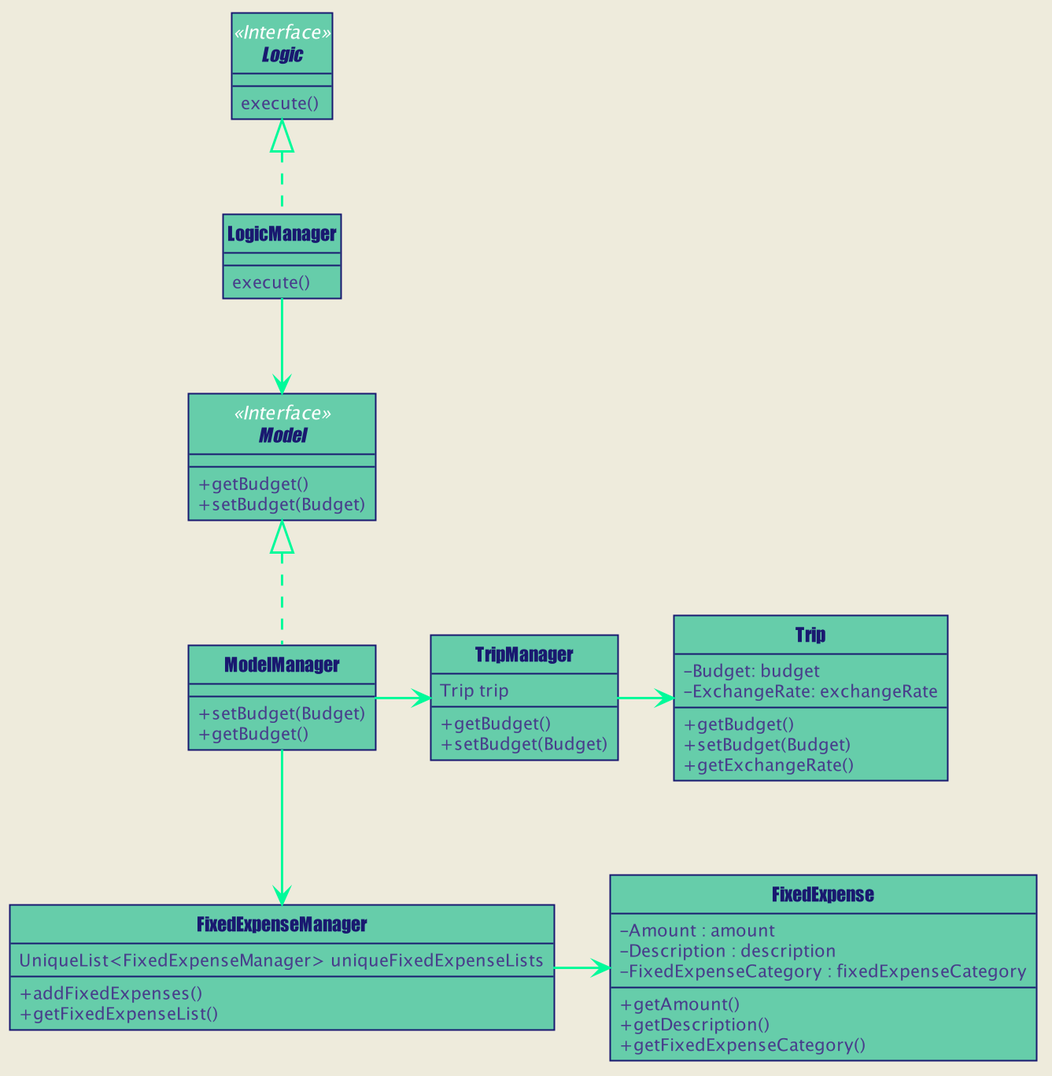
Above: docs/images/developer-guide/fixed-expense/FixedExpenseClassDiagram.png in zenatrick/main (PlantUML), before the change. The source it was exported from:
```plantuml
@startuml









skinparam BackgroundColor #FFFFFFF

skinparam Shadowing false

skinparam Class {
    FontColor #FFFFFF
    BorderThickness 1
    BorderColor #FFFFFF
    StereotypeFontColor #FFFFFF
    FontName Arial
}

skinparam Actor {
    BorderColor #000000
    Color #000000
    FontName Arial
}

skinparam Sequence {
    MessageAlign center
    BoxFontSize 15
    BoxPadding 0
    BoxFontColor #FFFFFF
    FontName Arial
}

skinparam Participant {
    FontColor #FFFFFFF
    Padding 20
}

skinparam MinClassWidth 50
skinparam ParticipantPadding 10
skinparam Shadowing false
skinparam DefaultTextAlignment center
skinparam packageStyle Rectangle

hide footbox
hide members
hide circle
skinparam backgroundColor #EEEBDC
skinparam arrowThickness 1.5
skinparam arrowColor MediumSpringGreen
skinparam classBackgroundColor MediumAquaMarine
skinparam classAttributeIconSize 0
skinparam classAttributeFontColor DarkSlateBlue

skinparam Class {
    FontColor MidnightBlue
    BorderThickness 1
    BorderColor MidnightBlue
    StereotypeFontColor #FFFFFF
    FontName Impact
}

Interface Logic <<Interface>> {
execute()
}

Class LogicManager {
execute()
}

Class FixedExpense {
 - Amount : amount
 - Description : description
 - FixedExpenseCategory : fixedExpenseCategory
 + getAmount()
 + getDescription()
 + getFixedExpenseCategory()
}



Interface Model <<Interface>> {
+ getBudget()
+ setBudget(Budget)
}

Class ModelManager{
+ setBudget(Budget)
+ getBudget()
}

Class FixedExpenseManager{
UniqueList<FixedExpenseManager> uniqueFixedExpenseLists
+ addFixedExpenses()
+ getFixedExpenseList()
}

Class TripManager{
Trip trip
+ getBudget()
+ setBudget(Budget)
}

Class Trip{
- Budget: budget
- ExchangeRate: exchangeRate
+ getBudget()
+ setBudget(Budget)
+ getExchangeRate()
}
LogicManager .up-|> Logic
ModelManager .up-|> Model
ModelManager -down-> FixedExpenseManager
FixedExpenseManager -right-> FixedExpense
LogicManager -down-> Model
ModelManager -right-> TripManager
TripManager -right-> Trip

show members
@enduml
```
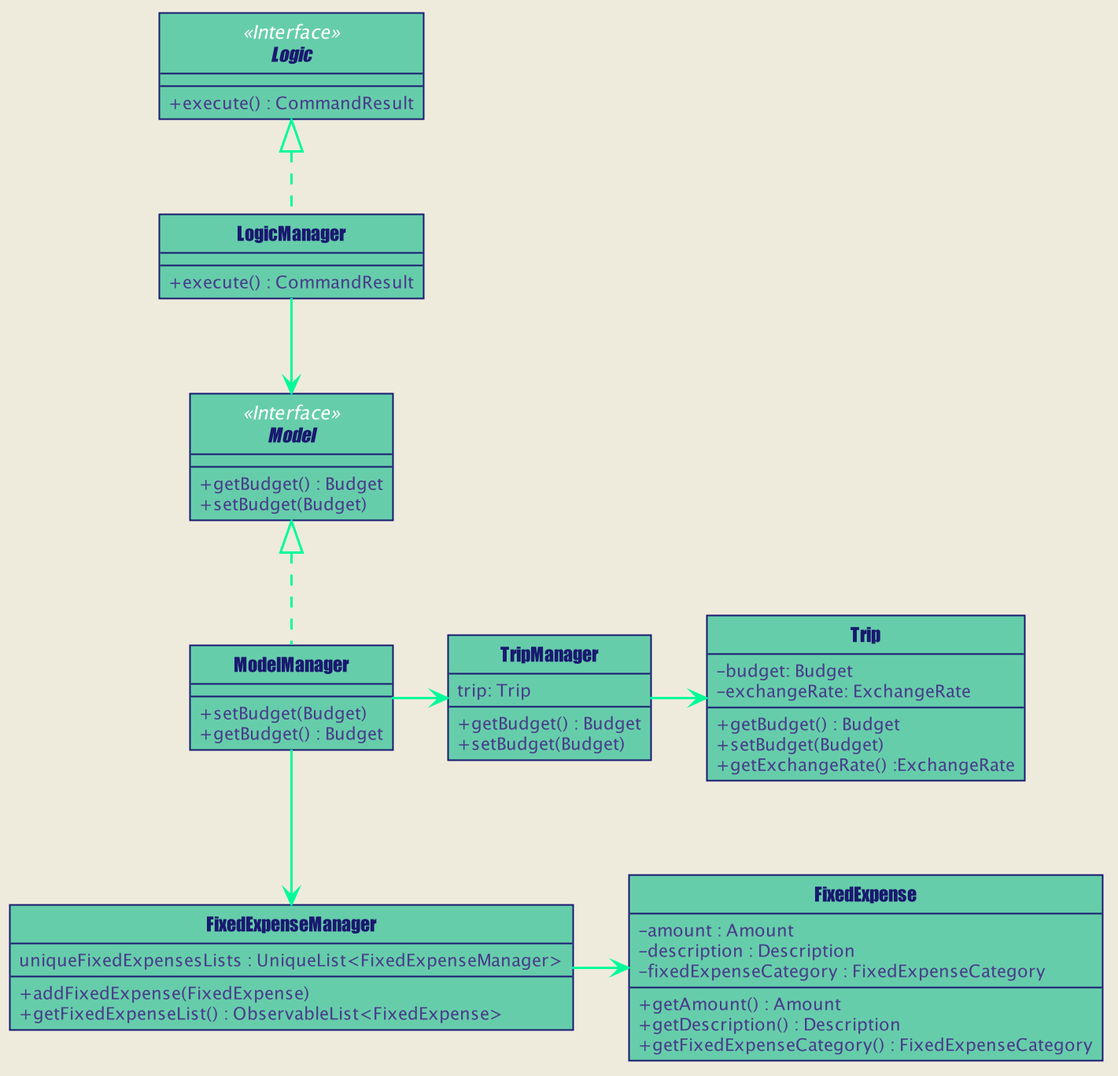
After the change.

Commit message:
Add Sequence Diagram for AddFixedExpense

Change to the diagram source:
```diff
@@ -64,52 +64,52 @@
 }
 
 Interface Logic <<Interface>> {
-execute()
++ execute() : CommandResult
 }
 
 Class LogicManager {
-execute()
++ execute() : CommandResult
 }
 
 Class FixedExpense {
- - Amount : amount
- - Description : description
- - FixedExpenseCategory : fixedExpenseCategory
- + getAmount()
- + getDescription()
- + getFixedExpenseCategory()
+ - amount : Amount
+ - description : Description
+ - fixedExpenseCategory : FixedExpenseCategory
+ + getAmount() : Amount
+ + getDescription() : Description
+ + getFixedExpenseCategory() : FixedExpenseCategory
 }
 
 
 
 Interface Model <<Interface>> {
-+ getBudget()
++ getBudget() : Budget
 + setBudget(Budget)
 }
 
 Class ModelManager{
 + setBudget(Budget)
-+ getBudget()
++ getBudget() : Budget
 }
 
 Class FixedExpenseManager{
-UniqueList<FixedExpenseManager> uniqueFixedExpenseLists
-+ addFixedExpenses()
-+ getFixedExpenseList()
+uniqueFixedExpensesLists : UniqueList<FixedExpenseManager>
++ addFixedExpense(FixedExpense)
++ getFixedExpenseList() : ObservableList<FixedExpense>
 }
 
 Class TripManager{
-Trip trip
-+ getBudget()
+trip: Trip
++ getBudget() : Budget
 + setBudget(Budget)
 }
 
 Class Trip{
-- Budget: budget
-- ExchangeRate: exchangeRate
-+ getBudget()
+- budget: Budget
+- exchangeRate: ExchangeRate
++ getBudget() : Budget
 + setBudget(Budget)
-+ getExchangeRate()
++ getExchangeRate() :ExchangeRate
 }
 LogicManager .up-|> Logic
 ModelManager .up-|> Model
```
